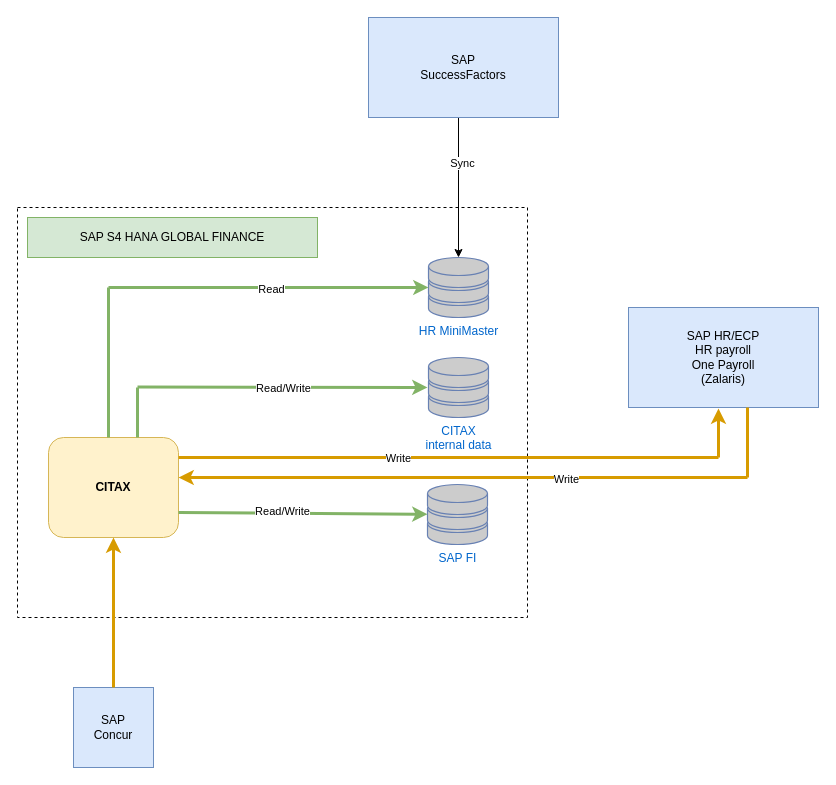
Above: Untitled Diagram.drawio in adnanalicic/notes (draw.io), before the change. Source tidied: cells renumbered, new cells numbered last; positions are measured from the earlier drawing's top-left corner, leaving out a move shared by most shapes. Both pictures are drawn from the tidied source at 100%, with x=0, y=0 at pixel (17, 17).
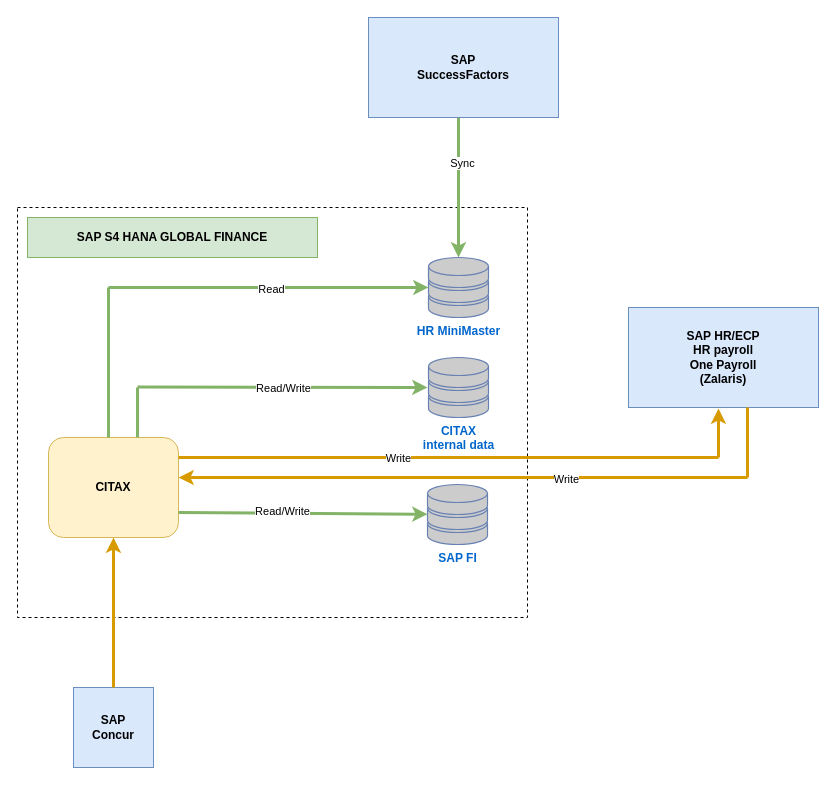
Above is the later version.

Commit message:
CITAX arhcitecture

The edit, as a diff of the source:
```diff
@@
-    <mxCell id="3" value="HR MiniMaster" style="fontColor=#0066CC;verticalAlign=top;verticalLabelPosition=bottom;labelPosition=center;align=center;html=1;outlineConnect=0;fillColor=#CCCCCC;strokeColor=#6881B3;gradientColor=none;gradientDirection=north;strokeWidth=2;shape=mxgraph.networks.storage;" parent="1" vertex="1">
+    <mxCell id="3" value="HR MiniMaster" style="fontColor=#0066CC;verticalAlign=top;verticalLabelPosition=bottom;labelPosition=center;align=center;html=1;outlineConnect=0;fillColor=#CCCCCC;strokeColor=#6881B3;gradientColor=none;gradientDirection=north;strokeWidth=2;shape=mxgraph.networks.storage;fontStyle=1;" parent="1" vertex="1">
       <mxGeometry x="411" y="240" width="60" height="60" as="geometry" />
     </mxCell>
-    <mxCell id="4" value="&lt;b&gt;CITAX&lt;/b&gt;" style="rounded=1;whiteSpace=wrap;html=1;fillColor=#fff2cc;strokeColor=#d6b656;" parent="1" vertex="1">
+    <mxCell id="4" value="&lt;span&gt;CITAX&lt;/span&gt;" style="rounded=1;whiteSpace=wrap;html=1;fillColor=#fff2cc;strokeColor=#d6b656;fontStyle=1;" parent="1" vertex="1">
       <mxGeometry x="31" y="420" width="130" height="100" as="geometry" />
     </mxCell>
-    <mxCell id="5" value="SAP FI" style="fontColor=#0066CC;verticalAlign=top;verticalLabelPosition=bottom;labelPosition=center;align=center;html=1;outlineConnect=0;fillColor=#CCCCCC;strokeColor=#6881B3;gradientColor=none;gradientDirection=north;strokeWidth=2;shape=mxgraph.networks.storage;" parent="1" vertex="1">
+    <mxCell id="5" value="SAP FI" style="fontColor=#0066CC;verticalAlign=top;verticalLabelPosition=bottom;labelPosition=center;align=center;html=1;outlineConnect=0;fillColor=#CCCCCC;strokeColor=#6881B3;gradientColor=none;gradientDirection=north;strokeWidth=2;shape=mxgraph.networks.storage;fontStyle=1;" parent="1" vertex="1">
       <mxGeometry x="410" y="467" width="60" height="60" as="geometry" />
     </mxCell>
-    <mxCell id="6" style="endArrow=classic;html=1;rounded=0;exitX=0.5;exitY=1;exitDx=0;exitDy=0;" parent="1" edge="1" target="3">
+    <mxCell id="6" style="endArrow=classic;html=1;rounded=0;exitX=0.5;exitY=1;exitDx=0;exitDy=0;fillColor=#d5e8d4;strokeColor=#82b366;strokeWidth=3;" parent="1" edge="1" target="3">
       <mxGeometry relative="1" as="geometry">
         <mxPoint x="441" y="60" as="sourcePoint" />
       </mxGeometry>
     </mxCell>
@@
-    <mxCell id="13" value="SAP HR/ECP&lt;div&gt;HR payroll&lt;/div&gt;&lt;div&gt;One Payroll&lt;/div&gt;&lt;div&gt;(Zalaris)&lt;/div&gt;" style="rounded=0;whiteSpace=wrap;html=1;fillColor=#dae8fc;strokeColor=#6c8ebf;" parent="1" vertex="1">
+    <mxCell id="13" value="SAP HR/ECP&lt;div&gt;HR payroll&lt;/div&gt;&lt;div&gt;One Payroll&lt;/div&gt;&lt;div&gt;(Zalaris)&lt;/div&gt;" style="rounded=0;whiteSpace=wrap;html=1;fillColor=#dae8fc;strokeColor=#6c8ebf;fontStyle=1;" parent="1" vertex="1">
       <mxGeometry x="611" y="290" width="190" height="100" as="geometry" />
     </mxCell>
@@
-    <mxCell id="17" value="SAP&lt;div&gt;SuccessFactors&lt;/div&gt;" style="rounded=0;whiteSpace=wrap;html=1;fillColor=#dae8fc;strokeColor=#6c8ebf;" parent="1" vertex="1">
+    <mxCell id="17" value="SAP&lt;div&gt;SuccessFactors&lt;/div&gt;" style="rounded=0;whiteSpace=wrap;html=1;fillColor=#dae8fc;strokeColor=#6c8ebf;fontStyle=1;" parent="1" vertex="1">
       <mxGeometry x="351" width="190" height="100" as="geometry" />
     </mxCell>
-    <mxCell id="18" value="CITAX&lt;div&gt;internal data&lt;/div&gt;" style="fontColor=#0066CC;verticalAlign=top;verticalLabelPosition=bottom;labelPosition=center;align=center;html=1;fillColor=#CCCCCC;strokeColor=#6881B3;gradientColor=none;gradientDirection=north;strokeWidth=2;shape=mxgraph.networks.storage;" parent="1" vertex="1">
+    <mxCell id="18" value="CITAX&lt;div&gt;internal data&lt;/div&gt;" style="fontColor=#0066CC;verticalAlign=top;verticalLabelPosition=bottom;labelPosition=center;align=center;html=1;fillColor=#CCCCCC;strokeColor=#6881B3;gradientColor=none;gradientDirection=north;strokeWidth=2;shape=mxgraph.networks.storage;fontStyle=1;" parent="1" vertex="1">
       <mxGeometry x="411" y="340" width="60" height="60" as="geometry" />
     </mxCell>
-    <mxCell id="19" value="SAP S4 HANA GLOBAL FINANCE" style="rounded=0;whiteSpace=wrap;html=1;fillColor=#d5e8d4;strokeColor=#82b366;" parent="1" vertex="1">
+    <mxCell id="19" value="SAP S4 HANA GLOBAL FINANCE" style="rounded=0;whiteSpace=wrap;html=1;fillColor=#d5e8d4;strokeColor=#82b366;fontStyle=1;" parent="1" vertex="1">
       <mxGeometry x="10" y="200" width="290" height="40" as="geometry" />
     </mxCell>
@@
-    <mxCell id="23" value="&lt;div&gt;SAP&lt;/div&gt;Concur" style="whiteSpace=wrap;html=1;fillColor=#dae8fc;strokeColor=#6c8ebf;" parent="1" vertex="1">
+    <mxCell id="23" value="&lt;div&gt;SAP&lt;/div&gt;Concur" style="whiteSpace=wrap;html=1;fillColor=#dae8fc;strokeColor=#6c8ebf;fontStyle=1;" parent="1" vertex="1">
       <mxGeometry x="56" y="670" width="80" height="80" as="geometry" />
     </mxCell>
```
